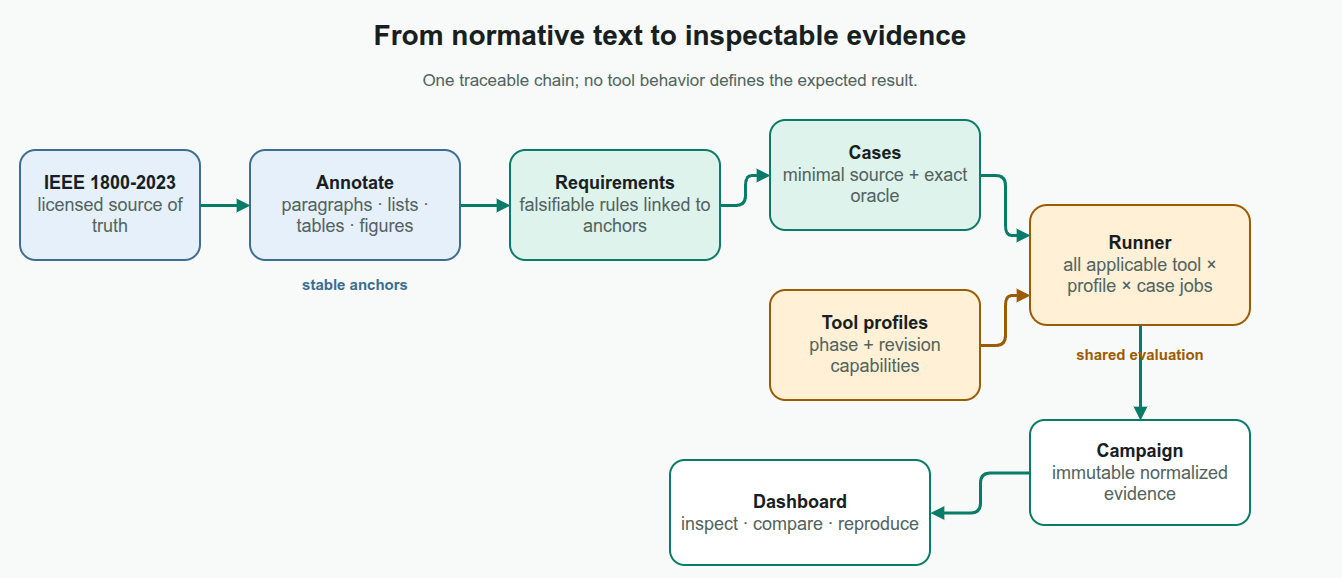
Above: docs/about/assets/standards-to-evidence.drawio.png in kleverhq/svtorture (draw.io), before the change. Source tidied: cells renumbered, new cells last; positions are measured from the earlier drawing's top-left corner, leaving out a move shared by most shapes. Its diagram source:
```xml
<mxGraphModel background="#F7FAF9">
  <root>
    <mxCell id="0" />
    <mxCell id="1" parent="0" />
    <mxCell id="2" value="From normative text to inspectable evidence" style="rounded=1;whiteSpace=wrap;html=1;arcSize=14;fillColor=none;strokeColor=none;strokeWidth=2;fontColor=#17201E;fontSize=28;fontStyle=1;align=center;verticalAlign=middle;spacing=10;rounded=0;spacing=0;verticalAlign=middle;" parent="1" vertex="1">
      <mxGeometry width="1320" height="50" as="geometry" />
    </mxCell>
    <mxCell id="3" value="One traceable chain; no tool behavior defines the expected result." style="rounded=1;whiteSpace=wrap;html=1;arcSize=14;fillColor=none;strokeColor=none;strokeWidth=2;fontColor=#52635E;fontSize=17;fontStyle=0;align=center;verticalAlign=middle;spacing=10;rounded=0;spacing=0;verticalAlign=middle;" parent="1" vertex="1">
      <mxGeometry x="80" y="53" width="1160" height="35" as="geometry" />
    </mxCell>
    <mxCell id="4" value="&lt;b&gt;IEEE 1800-2023&lt;/b&gt;&lt;br&gt;&lt;font color=&quot;#52635E&quot;&gt;licensed source of truth&lt;/font&gt;" style="rounded=1;whiteSpace=wrap;html=1;arcSize=14;fillColor=#E6F0FA;strokeColor=#3C6E91;strokeWidth=2;fontColor=#17201E;fontSize=18;fontStyle=0;align=center;verticalAlign=middle;spacing=10;" parent="1" vertex="1">
      <mxGeometry x="10" y="140" width="180" height="110" as="geometry" />
    </mxCell>
    <mxCell id="5" value="&lt;b&gt;Annotate&lt;/b&gt;&lt;br&gt;&lt;font color=&quot;#52635E&quot;&gt;paragraphs · lists · tables · figures&lt;/font&gt;" style="rounded=1;whiteSpace=wrap;html=1;arcSize=14;fillColor=#E6F0FA;strokeColor=#3C6E91;strokeWidth=2;fontColor=#17201E;fontSize=18;fontStyle=0;align=center;verticalAlign=middle;spacing=10;" parent="1" vertex="1">
      <mxGeometry x="240" y="140" width="210" height="110" as="geometry" />
    </mxCell>
    <mxCell id="6" value="&lt;b&gt;Requirements&lt;/b&gt;&lt;br&gt;&lt;font color=&quot;#52635E&quot;&gt;falsifiable rules linked to anchors&lt;/font&gt;" style="rounded=1;whiteSpace=wrap;html=1;arcSize=14;fillColor=#DFF3ED;strokeColor=#087C67;strokeWidth=2;fontColor=#17201E;fontSize=18;fontStyle=0;align=center;verticalAlign=middle;spacing=10;" parent="1" vertex="1">
      <mxGeometry x="500" y="140" width="210" height="110" as="geometry" />
    </mxCell>
    <mxCell id="7" value="&lt;b&gt;Cases&lt;/b&gt;&lt;br&gt;&lt;font color=&quot;#52635E&quot;&gt;minimal source + exact oracle&lt;/font&gt;" style="rounded=1;whiteSpace=wrap;html=1;arcSize=14;fillColor=#DFF3ED;strokeColor=#087C67;strokeWidth=2;fontColor=#17201E;fontSize=18;fontStyle=0;align=center;verticalAlign=middle;spacing=10;" parent="1" vertex="1">
      <mxGeometry x="760" y="110" width="210" height="110" as="geometry" />
    </mxCell>
    <mxCell id="8" value="&lt;b&gt;Tool profiles&lt;/b&gt;&lt;br&gt;&lt;font color=&quot;#52635E&quot;&gt;phase + revision capabilities&lt;/font&gt;" style="rounded=1;whiteSpace=wrap;html=1;arcSize=14;fillColor=#FFF0D6;strokeColor=#9B5B00;strokeWidth=2;fontColor=#17201E;fontSize=18;fontStyle=0;align=center;verticalAlign=middle;spacing=10;" parent="1" vertex="1">
      <mxGeometry x="760" y="280" width="210" height="110" as="geometry" />
    </mxCell>
    <mxCell id="9" value="&lt;b&gt;Runner&lt;/b&gt;&lt;br&gt;&lt;font color=&quot;#52635E&quot;&gt;all applicable tool × profile × case jobs&lt;/font&gt;" style="rounded=1;whiteSpace=wrap;html=1;arcSize=14;fillColor=#FFF0D6;strokeColor=#9B5B00;strokeWidth=2;fontColor=#17201E;fontSize=18;fontStyle=0;align=center;verticalAlign=middle;spacing=10;" parent="1" vertex="1">
      <mxGeometry x="1020" y="195" width="220" height="120" as="geometry" />
    </mxCell>
    <mxCell id="10" value="&lt;b&gt;Campaign&lt;/b&gt;&lt;br&gt;&lt;font color=&quot;#52635E&quot;&gt;immutable normalized evidence&lt;/font&gt;" style="rounded=1;whiteSpace=wrap;html=1;arcSize=14;fillColor=#FFFFFF;strokeColor=#087C67;strokeWidth=2;fontColor=#17201E;fontSize=18;fontStyle=0;align=center;verticalAlign=middle;spacing=10;" parent="1" vertex="1">
      <mxGeometry x="1020" y="410" width="220" height="105" as="geometry" />
    </mxCell>
    <mxCell id="11" value="&lt;b&gt;Dashboard&lt;/b&gt;&lt;br&gt;&lt;font color=&quot;#52635E&quot;&gt;inspect · compare · reproduce&lt;/font&gt;" style="rounded=1;whiteSpace=wrap;html=1;arcSize=14;fillColor=#FFFFFF;strokeColor=#087C67;strokeWidth=2;fontColor=#17201E;fontSize=18;fontStyle=0;align=center;verticalAlign=middle;spacing=10;" parent="1" vertex="1">
      <mxGeometry x="660" y="450" width="260" height="105" as="geometry" />
    </mxCell>
    <mxCell id="12" style="edgeStyle=orthogonalEdgeStyle;rounded=1;jettySize=auto;html=1;strokeColor=#087C67;strokeWidth=3;endArrow=block;endFill=1;exitX=1;exitY=0.5;entryX=0;entryY=0.5;dashed=0;" parent="1" edge="1" source="4" target="5">
      <mxGeometry relative="1" as="geometry" />
    </mxCell>
    <mxCell id="13" style="edgeStyle=orthogonalEdgeStyle;rounded=1;jettySize=auto;html=1;strokeColor=#087C67;strokeWidth=3;endArrow=block;endFill=1;exitX=1;exitY=0.5;entryX=0;entryY=0.5;dashed=0;" parent="1" edge="1" source="5" target="6">
      <mxGeometry relative="1" as="geometry" />
    </mxCell>
    <mxCell id="14" style="edgeStyle=orthogonalEdgeStyle;rounded=1;jettySize=auto;html=1;strokeColor=#087C67;strokeWidth=3;endArrow=block;endFill=1;exitX=1;exitY=0.5;entryX=0;entryY=0.5;dashed=0;" parent="1" edge="1" source="6" target="7">
      <mxGeometry relative="1" as="geometry" />
    </mxCell>
    <mxCell id="15" style="edgeStyle=orthogonalEdgeStyle;rounded=1;jettySize=auto;html=1;strokeColor=#087C67;strokeWidth=3;endArrow=block;endFill=1;exitX=1;exitY=0.5;entryX=0;entryY=0.25;dashed=0;" parent="1" edge="1" source="7" target="9">
      <mxGeometry relative="1" as="geometry" />
    </mxCell>
    <mxCell id="16" style="edgeStyle=orthogonalEdgeStyle;rounded=1;jettySize=auto;html=1;strokeColor=#9B5B00;strokeWidth=3;endArrow=block;endFill=1;exitX=1;exitY=0.5;entryX=0;entryY=0.75;dashed=0;" parent="1" edge="1" source="8" target="9">
      <mxGeometry relative="1" as="geometry" />
    </mxCell>
    <mxCell id="17" style="edgeStyle=orthogonalEdgeStyle;rounded=1;jettySize=auto;html=1;strokeColor=#087C67;strokeWidth=3;endArrow=block;endFill=1;exitX=0.5;exitY=1;entryX=0.5;entryY=0;dashed=0;" parent="1" edge="1" source="9" target="10">
      <mxGeometry relative="1" as="geometry" />
    </mxCell>
    <mxCell id="18" style="edgeStyle=orthogonalEdgeStyle;rounded=1;jettySize=auto;html=1;strokeColor=#087C67;strokeWidth=3;endArrow=block;endFill=1;exitX=0;exitY=0.5;entryX=1;entryY=0.5;dashed=0;" parent="1" edge="1" source="10" target="11">
      <mxGeometry relative="1" as="geometry" />
    </mxCell>
    <mxCell id="19" value="stable anchors" style="rounded=1;whiteSpace=wrap;html=1;arcSize=14;fillColor=none;strokeColor=none;strokeWidth=2;fontColor=#3C6E91;fontSize=15;fontStyle=1;align=center;verticalAlign=middle;spacing=10;rounded=0;spacing=0;verticalAlign=middle;" parent="1" vertex="1">
      <mxGeometry x="255" y="260" width="180" height="28" as="geometry" />
    </mxCell>
    <mxCell id="20" value="shared evaluation" style="rounded=1;whiteSpace=wrap;html=1;arcSize=14;fillColor=none;strokeColor=none;strokeWidth=2;fontColor=#9B5B00;fontSize=15;fontStyle=1;align=center;verticalAlign=middle;spacing=10;rounded=0;spacing=0;verticalAlign=middle;" parent="1" vertex="1">
      <mxGeometry x="1050" y="330" width="160" height="28" as="geometry" />
    </mxCell>
  </root>
</mxGraphModel>
```
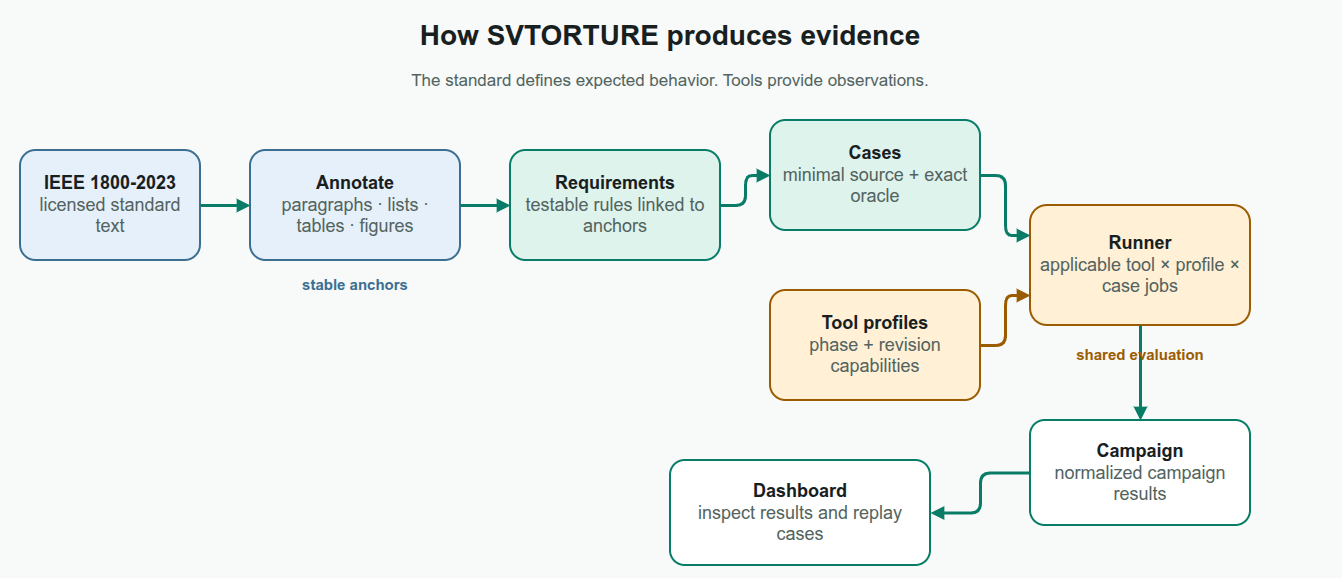
Later version of the same file.

What changed in the source:
```diff
@@ -2,19 +2,19 @@
   <root>
     <mxCell id="0" />
     <mxCell id="1" parent="0" />
-    <mxCell id="2" value="From normative text to inspectable evidence" style="rounded=1;whiteSpace=wrap;html=1;arcSize=14;fillColor=none;strokeColor=none;strokeWidth=2;fontColor=#17201E;fontSize=28;fontStyle=1;align=center;verticalAlign=middle;spacing=10;rounded=0;spacing=0;verticalAlign=middle;" parent="1" vertex="1">
+    <mxCell id="2" value="How SVTORTURE produces evidence" style="rounded=1;whiteSpace=wrap;html=1;arcSize=14;fillColor=none;strokeColor=none;strokeWidth=2;fontColor=#17201E;fontSize=28;fontStyle=1;align=center;verticalAlign=middle;spacing=10;rounded=0;spacing=0;verticalAlign=middle;" parent="1" vertex="1">
       <mxGeometry width="1320" height="50" as="geometry" />
     </mxCell>
-    <mxCell id="3" value="One traceable chain; no tool behavior defines the expected result." style="rounded=1;whiteSpace=wrap;html=1;arcSize=14;fillColor=none;strokeColor=none;strokeWidth=2;fontColor=#52635E;fontSize=17;fontStyle=0;align=center;verticalAlign=middle;spacing=10;rounded=0;spacing=0;verticalAlign=middle;" parent="1" vertex="1">
+    <mxCell id="3" value="The standard defines expected behavior. Tools provide observations." style="rounded=1;whiteSpace=wrap;html=1;arcSize=14;fillColor=none;strokeColor=none;strokeWidth=2;fontColor=#52635E;fontSize=17;fontStyle=0;align=center;verticalAlign=middle;spacing=10;rounded=0;spacing=0;verticalAlign=middle;" parent="1" vertex="1">
       <mxGeometry x="80" y="53" width="1160" height="35" as="geometry" />
     </mxCell>
-    <mxCell id="4" value="&lt;b&gt;IEEE 1800-2023&lt;/b&gt;&lt;br&gt;&lt;font color=&quot;#52635E&quot;&gt;licensed source of truth&lt;/font&gt;" style="rounded=1;whiteSpace=wrap;html=1;arcSize=14;fillColor=#E6F0FA;strokeColor=#3C6E91;strokeWidth=2;fontColor=#17201E;fontSize=18;fontStyle=0;align=center;verticalAlign=middle;spacing=10;" parent="1" vertex="1">
+    <mxCell id="4" value="&lt;b&gt;IEEE 1800-2023&lt;/b&gt;&lt;br&gt;&lt;font color=&quot;#52635E&quot;&gt;licensed standard text&lt;/font&gt;" style="rounded=1;whiteSpace=wrap;html=1;arcSize=14;fillColor=#E6F0FA;strokeColor=#3C6E91;strokeWidth=2;fontColor=#17201E;fontSize=18;fontStyle=0;align=center;verticalAlign=middle;spacing=10;" parent="1" vertex="1">
       <mxGeometry x="10" y="140" width="180" height="110" as="geometry" />
     </mxCell>
     <mxCell id="5" value="&lt;b&gt;Annotate&lt;/b&gt;&lt;br&gt;&lt;font color=&quot;#52635E&quot;&gt;paragraphs · lists · tables · figures&lt;/font&gt;" style="rounded=1;whiteSpace=wrap;html=1;arcSize=14;fillColor=#E6F0FA;strokeColor=#3C6E91;strokeWidth=2;fontColor=#17201E;fontSize=18;fontStyle=0;align=center;verticalAlign=middle;spacing=10;" parent="1" vertex="1">
       <mxGeometry x="240" y="140" width="210" height="110" as="geometry" />
     </mxCell>
-    <mxCell id="6" value="&lt;b&gt;Requirements&lt;/b&gt;&lt;br&gt;&lt;font color=&quot;#52635E&quot;&gt;falsifiable rules linked to anchors&lt;/font&gt;" style="rounded=1;whiteSpace=wrap;html=1;arcSize=14;fillColor=#DFF3ED;strokeColor=#087C67;strokeWidth=2;fontColor=#17201E;fontSize=18;fontStyle=0;align=center;verticalAlign=middle;spacing=10;" parent="1" vertex="1">
+    <mxCell id="6" value="&lt;b&gt;Requirements&lt;/b&gt;&lt;br&gt;&lt;font color=&quot;#52635E&quot;&gt;testable rules linked to anchors&lt;/font&gt;" style="rounded=1;whiteSpace=wrap;html=1;arcSize=14;fillColor=#DFF3ED;strokeColor=#087C67;strokeWidth=2;fontColor=#17201E;fontSize=18;fontStyle=0;align=center;verticalAlign=middle;spacing=10;" parent="1" vertex="1">
       <mxGeometry x="500" y="140" width="210" height="110" as="geometry" />
     </mxCell>
     <mxCell id="7" value="&lt;b&gt;Cases&lt;/b&gt;&lt;br&gt;&lt;font color=&quot;#52635E&quot;&gt;minimal source + exact oracle&lt;/font&gt;" style="rounded=1;whiteSpace=wrap;html=1;arcSize=14;fillColor=#DFF3ED;strokeColor=#087C67;strokeWidth=2;fontColor=#17201E;fontSize=18;fontStyle=0;align=center;verticalAlign=middle;spacing=10;" parent="1" vertex="1">
@@ -23,13 +23,13 @@
     <mxCell id="8" value="&lt;b&gt;Tool profiles&lt;/b&gt;&lt;br&gt;&lt;font color=&quot;#52635E&quot;&gt;phase + revision capabilities&lt;/font&gt;" style="rounded=1;whiteSpace=wrap;html=1;arcSize=14;fillColor=#FFF0D6;strokeColor=#9B5B00;strokeWidth=2;fontColor=#17201E;fontSize=18;fontStyle=0;align=center;verticalAlign=middle;spacing=10;" parent="1" vertex="1">
       <mxGeometry x="760" y="280" width="210" height="110" as="geometry" />
     </mxCell>
-    <mxCell id="9" value="&lt;b&gt;Runner&lt;/b&gt;&lt;br&gt;&lt;font color=&quot;#52635E&quot;&gt;all applicable tool × profile × case jobs&lt;/font&gt;" style="rounded=1;whiteSpace=wrap;html=1;arcSize=14;fillColor=#FFF0D6;strokeColor=#9B5B00;strokeWidth=2;fontColor=#17201E;fontSize=18;fontStyle=0;align=center;verticalAlign=middle;spacing=10;" parent="1" vertex="1">
+    <mxCell id="9" value="&lt;b&gt;Runner&lt;/b&gt;&lt;br&gt;&lt;font color=&quot;#52635E&quot;&gt;applicable tool × profile × case jobs&lt;/font&gt;" style="rounded=1;whiteSpace=wrap;html=1;arcSize=14;fillColor=#FFF0D6;strokeColor=#9B5B00;strokeWidth=2;fontColor=#17201E;fontSize=18;fontStyle=0;align=center;verticalAlign=middle;spacing=10;" parent="1" vertex="1">
       <mxGeometry x="1020" y="195" width="220" height="120" as="geometry" />
     </mxCell>
-    <mxCell id="10" value="&lt;b&gt;Campaign&lt;/b&gt;&lt;br&gt;&lt;font color=&quot;#52635E&quot;&gt;immutable normalized evidence&lt;/font&gt;" style="rounded=1;whiteSpace=wrap;html=1;arcSize=14;fillColor=#FFFFFF;strokeColor=#087C67;strokeWidth=2;fontColor=#17201E;fontSize=18;fontStyle=0;align=center;verticalAlign=middle;spacing=10;" parent="1" vertex="1">
+    <mxCell id="10" value="&lt;b&gt;Campaign&lt;/b&gt;&lt;br&gt;&lt;font color=&quot;#52635E&quot;&gt;normalized campaign results&lt;/font&gt;" style="rounded=1;whiteSpace=wrap;html=1;arcSize=14;fillColor=#FFFFFF;strokeColor=#087C67;strokeWidth=2;fontColor=#17201E;fontSize=18;fontStyle=0;align=center;verticalAlign=middle;spacing=10;" parent="1" vertex="1">
       <mxGeometry x="1020" y="410" width="220" height="105" as="geometry" />
     </mxCell>
-    <mxCell id="11" value="&lt;b&gt;Dashboard&lt;/b&gt;&lt;br&gt;&lt;font color=&quot;#52635E&quot;&gt;inspect · compare · reproduce&lt;/font&gt;" style="rounded=1;whiteSpace=wrap;html=1;arcSize=14;fillColor=#FFFFFF;strokeColor=#087C67;strokeWidth=2;fontColor=#17201E;fontSize=18;fontStyle=0;align=center;verticalAlign=middle;spacing=10;" parent="1" vertex="1">
+    <mxCell id="11" value="&lt;b&gt;Dashboard&lt;/b&gt;&lt;br&gt;&lt;font color=&quot;#52635E&quot;&gt;inspect results and replay cases&lt;/font&gt;" style="rounded=1;whiteSpace=wrap;html=1;arcSize=14;fillColor=#FFFFFF;strokeColor=#087C67;strokeWidth=2;fontColor=#17201E;fontSize=18;fontStyle=0;align=center;verticalAlign=middle;spacing=10;" parent="1" vertex="1">
       <mxGeometry x="660" y="450" width="260" height="105" as="geometry" />
     </mxCell>
     <mxCell id="12" style="edgeStyle=orthogonalEdgeStyle;rounded=1;jettySize=auto;html=1;strokeColor=#087C67;strokeWidth=3;endArrow=block;endFill=1;exitX=1;exitY=0.5;entryX=0;entryY=0.5;dashed=0;" parent="1" edge="1" source="4" target="5">
```
